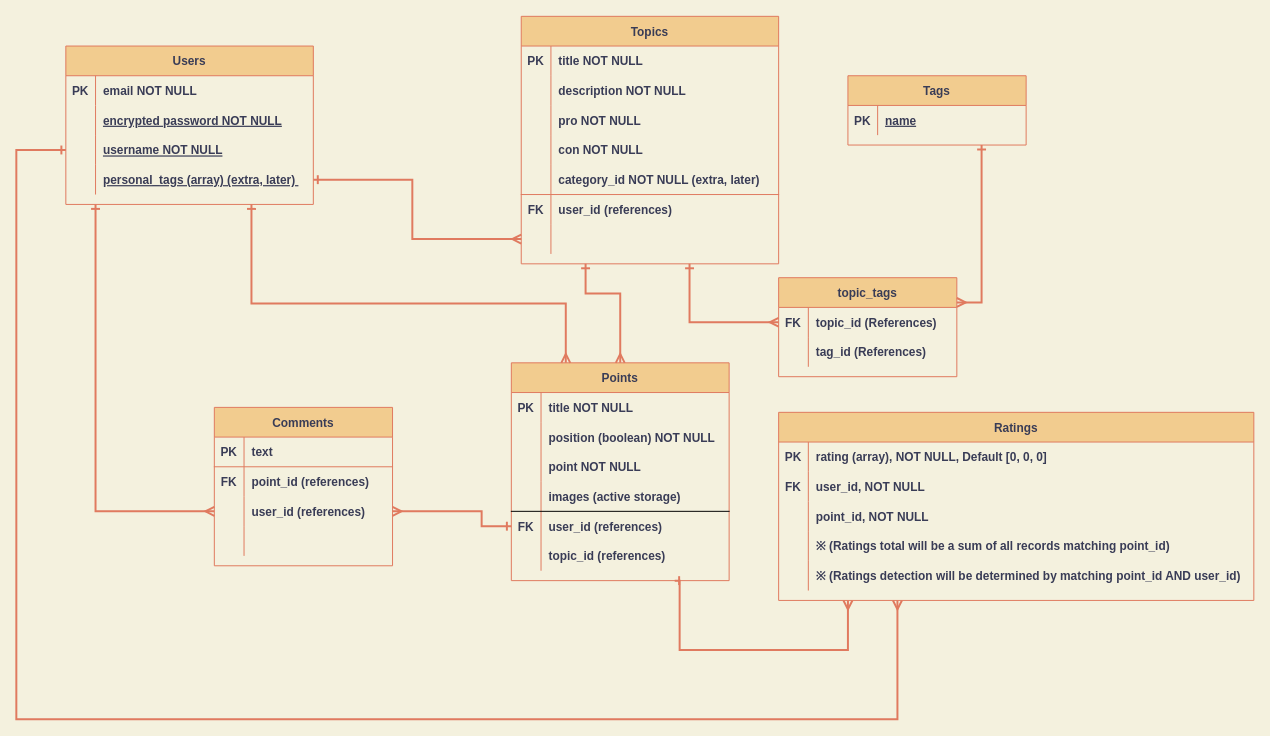
Above: ER.drawio in FM-HXR/nebulus (draw.io), before the change. Source tidied: cells renumbered, new cells numbered last; positions are measured from the earlier drawing's top-left corner, leaving out a move shared by most shapes. Both pictures are drawn from the tidied source at 99%, with x=0, y=0 at pixel (16, 16).
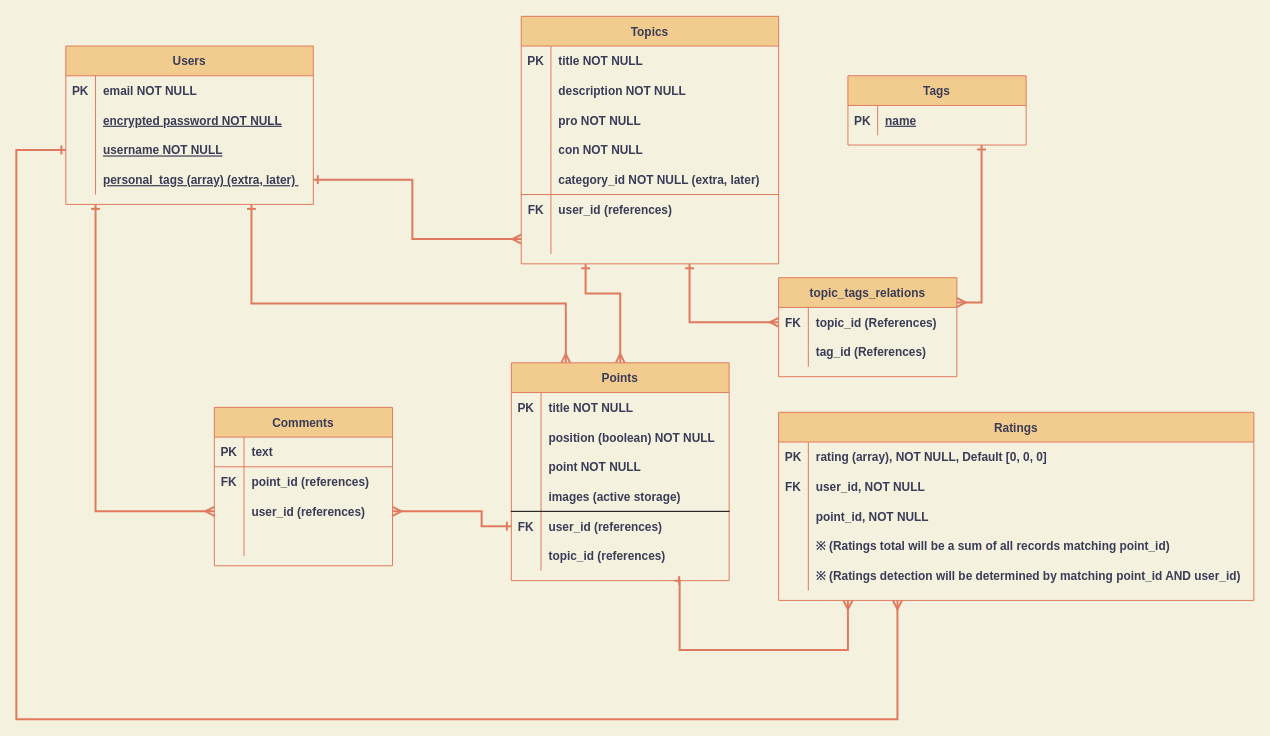
After the change.

Change to the diagram source:
```diff
@@
-    <mxCell id="51" value="topic_tags" style="shape=table;startSize=30;childLayout=tableLayout;rowLines=0;fontStyle=1;align=center;fillColor=#F2CC8F;strokeColor=#E07A5F;fontColor=#393C56;" parent="1" vertex="1">
+    <mxCell id="51" value="topic_tags_relations" style="shape=table;startSize=30;childLayout=tableLayout;rowLines=0;fontStyle=1;align=center;fillColor=#F2CC8F;strokeColor=#E07A5F;fontColor=#393C56;" parent="1" vertex="1">
       <mxGeometry x="770" y="264" width="180" height="100" as="geometry" />
     </mxCell>
```
